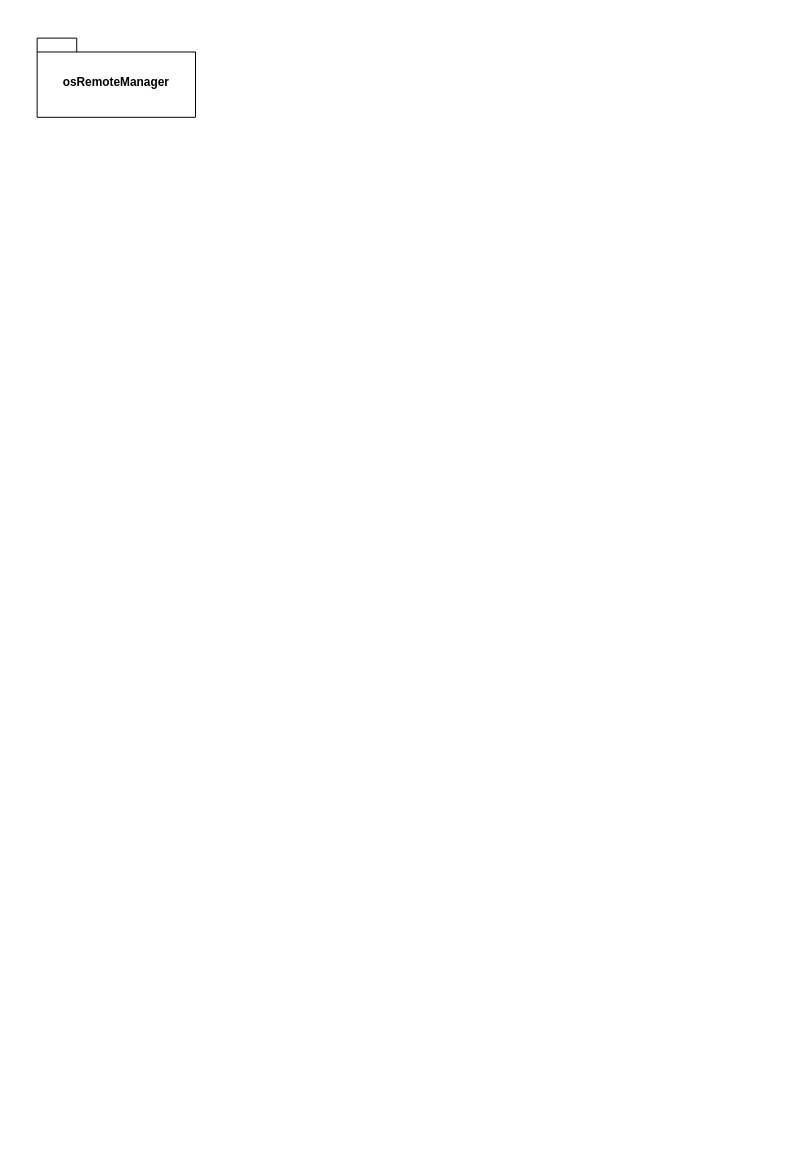
Above: page "Server" (2 of 2) of DevDoc/osRemoteManager_UML.drawio in OliverSausA/osRemoteManager (draw.io), before the change. Source tidied: cells renumbered, new cells numbered last; positions are measured from the earlier drawing's top-left corner, leaving out a move shared by most shapes. Both pictures are drawn from the tidied source at 99%, with x=0, y=0 at pixel (37, 38).
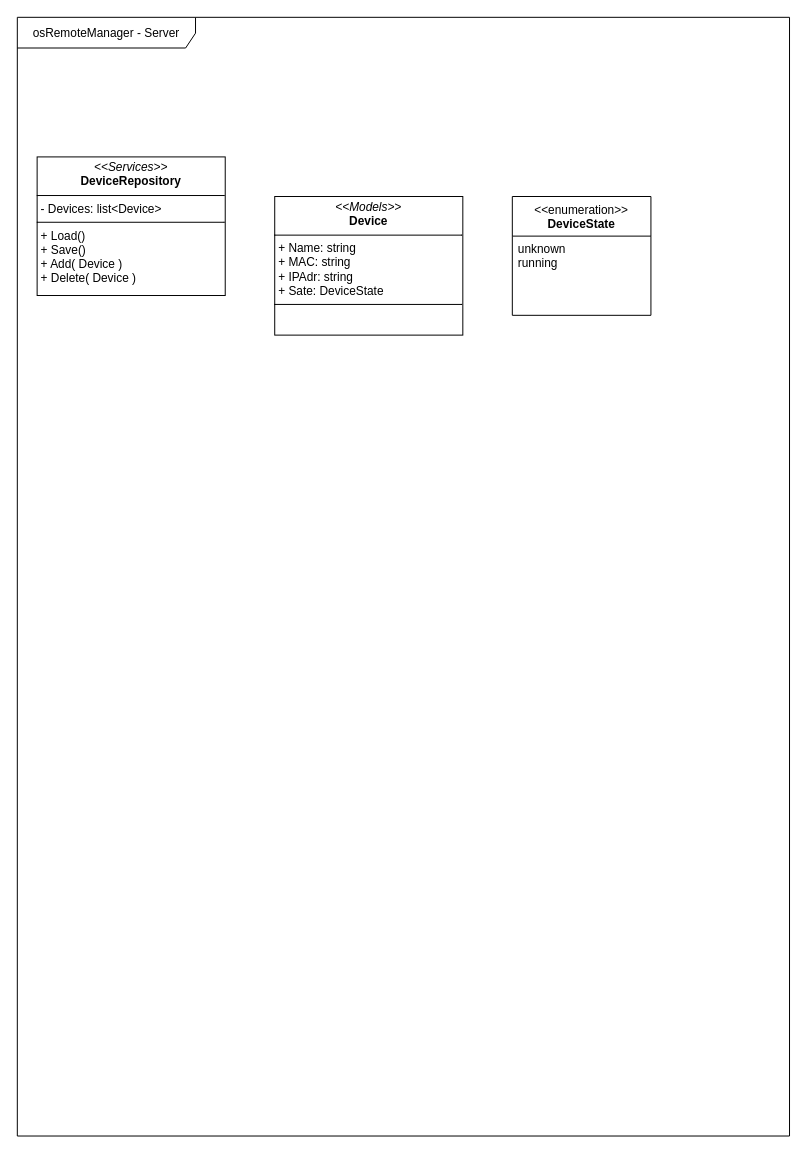
The same diagram, later.

Commit message (it also covers changes not shown here):
UML Diagram updated

The edit, as a diff of the source:
```diff
@@
 <mxGraphModel>
   <root>
     <mxCell id="0" />
     <mxCell id="1" parent="0" />
-    <mxCell id="2" value="osRemoteManager" style="shape=folder;fontStyle=1;spacingTop=10;tabWidth=40;tabHeight=14;tabPosition=left;html=1;whiteSpace=wrap;" parent="1" vertex="1">
-      <mxGeometry width="160" height="80" as="geometry" />
-    </mxCell>
+    <mxCell id="3" value="&lt;p style=&quot;margin:0px;margin-top:4px;text-align:center;&quot;&gt;&lt;i&gt;&amp;lt;&amp;lt;Services&amp;gt;&amp;gt;&lt;/i&gt;&lt;br&gt;&lt;b&gt;DeviceRepository&lt;/b&gt;&lt;/p&gt;&lt;hr size=&quot;1&quot; style=&quot;border-style:solid;&quot;&gt;&lt;p style=&quot;margin:0px;margin-left:4px;&quot;&gt;- Devices: list&amp;lt;Device&amp;gt;&lt;br&gt;&lt;/p&gt;&lt;hr size=&quot;1&quot; style=&quot;border-style:solid;&quot;&gt;&lt;p style=&quot;margin: 0px 0px 0px 4px;&quot;&gt;+ Load()&lt;/p&gt;&lt;p style=&quot;margin: 0px 0px 0px 4px;&quot;&gt;+ Save()&lt;/p&gt;&lt;p style=&quot;margin:0px;margin-left:4px;&quot;&gt;+ Add( Device )&lt;/p&gt;&lt;p style=&quot;margin:0px;margin-left:4px;&quot;&gt;+ Delete( Device )&lt;/p&gt;&lt;p style=&quot;margin:0px;margin-left:4px;&quot;&gt;&lt;br&gt;&lt;/p&gt;" style="verticalAlign=top;align=left;overflow=fill;html=1;whiteSpace=wrap;" parent="1" vertex="1">
+      <mxGeometry y="120" width="190" height="140" as="geometry" />
+    </mxCell>
+    <mxCell id="4" value="&amp;lt;&amp;lt;enumeration&amp;gt;&amp;gt;&lt;br&gt;&lt;b&gt;DeviceState&lt;/b&gt;" style="swimlane;fontStyle=0;align=center;verticalAlign=top;horizontal=1;startSize=40;html=1;whiteSpace=wrap;" parent="1" vertex="1">
+      <mxGeometry x="480" y="160" width="140" height="120" as="geometry" />
+    </mxCell>
+    <mxCell id="5" value="unknown&lt;div&gt;running&lt;/div&gt;&lt;div&gt;&lt;br&gt;&lt;/div&gt;" style="text;html=1;strokeColor=none;fillColor=none;align=left;verticalAlign=top;spacingLeft=4;spacingRight=4;overflow=hidden;whiteSpace=wrap;" parent="4" vertex="1">
+      <mxGeometry y="40" width="140" height="80" as="geometry" />
+    </mxCell>
+    <mxCell id="6" value="&lt;p style=&quot;margin:0px;margin-top:4px;text-align:center;&quot;&gt;&lt;i&gt;&amp;lt;&amp;lt;Models&amp;gt;&amp;gt;&lt;/i&gt;&lt;br&gt;&lt;b&gt;Device&lt;/b&gt;&lt;/p&gt;&lt;hr size=&quot;1&quot; style=&quot;border-style:solid;&quot;&gt;&lt;p style=&quot;margin:0px;margin-left:4px;&quot;&gt;+ Name: string&lt;/p&gt;&lt;p style=&quot;margin:0px;margin-left:4px;&quot;&gt;+ MAC: string&lt;/p&gt;&lt;p style=&quot;margin:0px;margin-left:4px;&quot;&gt;+ IPAdr: string&lt;/p&gt;&lt;p style=&quot;margin:0px;margin-left:4px;&quot;&gt;+ Sate: DeviceState&lt;/p&gt;&lt;hr size=&quot;1&quot; style=&quot;border-style:solid;&quot;&gt;&lt;p style=&quot;margin: 0px 0px 0px 4px;&quot;&gt;&lt;br&gt;&lt;/p&gt;" style="verticalAlign=top;align=left;overflow=fill;html=1;whiteSpace=wrap;" parent="1" vertex="1">
+      <mxGeometry x="240" y="160" width="190" height="140" as="geometry" />
+    </mxCell>
+    <mxCell id="7" value="osRemoteManager - Server" style="shape=umlFrame;whiteSpace=wrap;html=1;width=180;height=31;" parent="1" vertex="1">
+      <mxGeometry x="-20" y="-21" width="780" height="1130" as="geometry" />
+    </mxCell>
   </root>
 </mxGraphModel>
```
